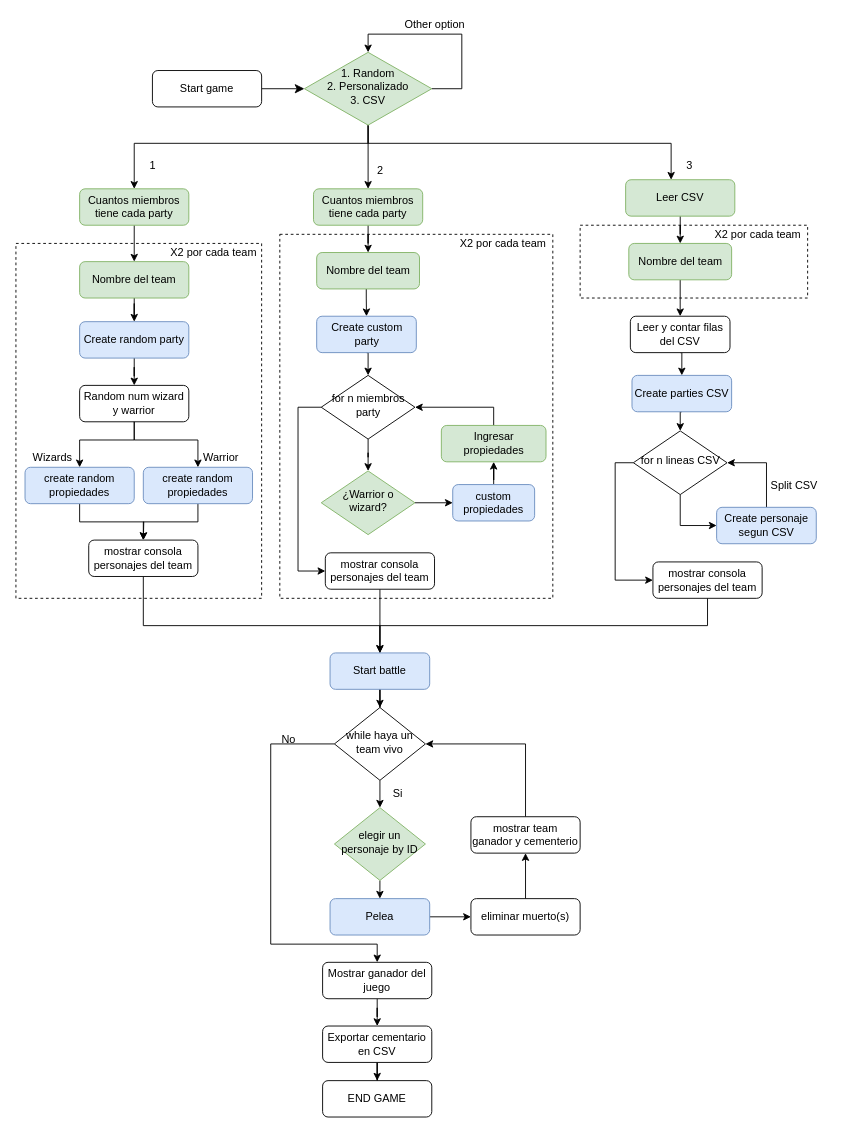
Before: src/com/ironhack/homework_1/Diagram-flow.drawio in JavaPotters/JavaPotters-Homework1, a draw.io diagram. Source tidied: cells renumbered, new cells numbered last; positions are measured from the earlier drawing's top-left corner, leaving out a move shared by most shapes. Both pictures are drawn from the tidied source at 91%, with x=0, y=0 at pixel (15, 15).
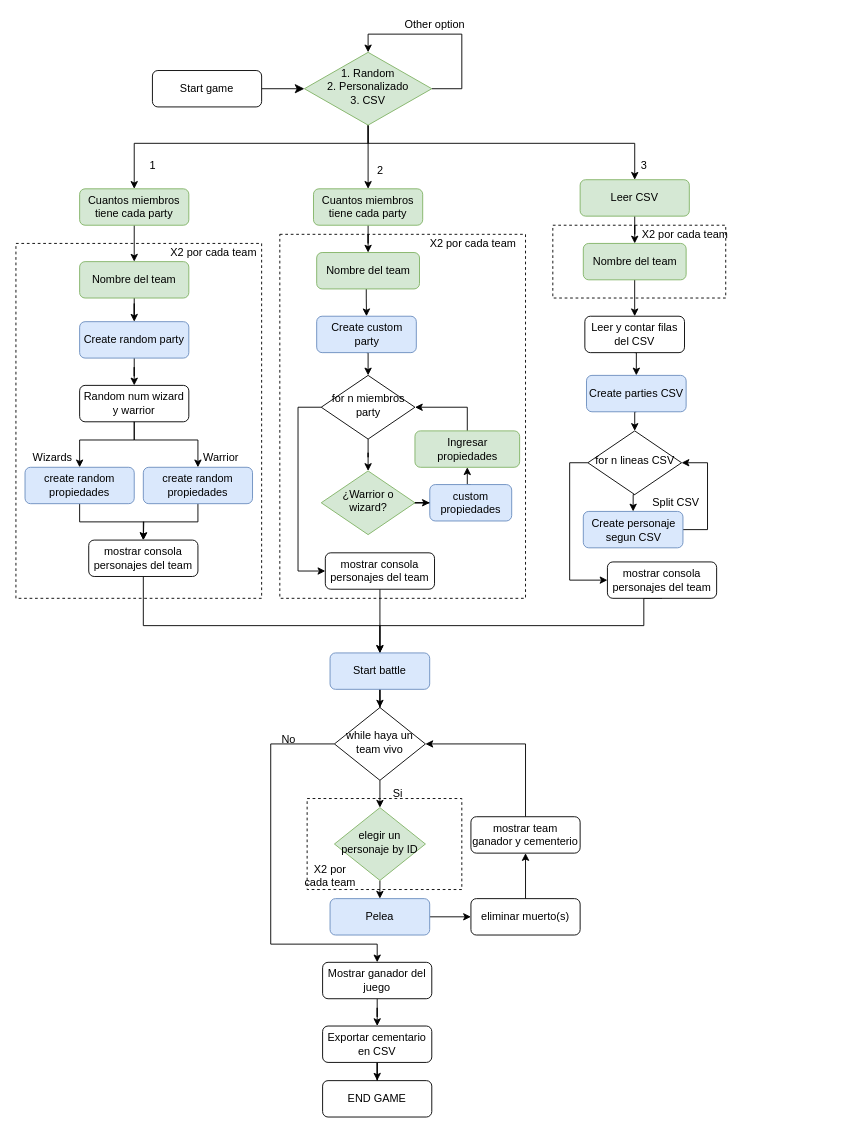
The same page after the edit.

Unchanged cells that the change refers to:
```xml
<mxCell id="12" value="1. Random&lt;br&gt;2. Personalizado&lt;br&gt;3. CSV" style="rhombus;whiteSpace=wrap;html=1;shadow=0;fontFamily=Helvetica;fontSize=12;align=center;strokeWidth=1;spacing=6;spacingTop=-4;fillColor=#d5e8d4;strokeColor=#82b366;" parent="1" vertex="1">
  <mxGeometry x="317" y="40" width="140" height="80" as="geometry" />
</mxCell>
```

The edit, as a diff of the source:
```diff
@@
+    <mxCell id="90" style="rounded=0;whiteSpace=wrap;html=1;dashed=1;" parent="1" vertex="1">
+      <mxGeometry x="320" y="860" width="170" height="100" as="geometry" />
+    </mxCell>
     <mxCell id="2" style="rounded=0;whiteSpace=wrap;html=1;dashed=1;" parent="1" vertex="1">
-      <mxGeometry x="620" y="230" width="250" height="80" as="geometry" />
+      <mxGeometry x="590" y="230" width="190" height="80" as="geometry" />
     </mxCell>
     <mxCell id="3" style="rounded=0;whiteSpace=wrap;html=1;dashed=1;" parent="1" vertex="1">
-      <mxGeometry x="290" y="240" width="300" height="400" as="geometry" />
+      <mxGeometry x="290" y="240" width="270" height="400" as="geometry" />
     </mxCell>
@@
     <mxCell id="9" style="edgeStyle=orthogonalEdgeStyle;rounded=0;jettySize=auto;html=1;" parent="1" edge="1" source="12" target="28">
       <mxGeometry relative="1" as="geometry">
         <Array as="points">
           <mxPoint x="387" y="140" />
-          <mxPoint x="720" y="140" />
+          <mxPoint x="680" y="140" />
         </Array>
       </mxGeometry>
     </mxCell>
@@
     <mxCell id="28" value="Leer CSV" style="rounded=1;whiteSpace=wrap;html=1;fontSize=12;glass=0;strokeWidth=1;shadow=0;fillColor=#d5e8d4;strokeColor=#82b366;" parent="1" vertex="1">
-      <mxGeometry x="670" y="180" width="120" height="40" as="geometry" />
+      <mxGeometry x="620" y="180" width="120" height="40" as="geometry" />
     </mxCell>
     <mxCell id="29" value="3" style="text;html=1;align=center;verticalAlign=middle;strokeColor=none;fillColor=none;" parent="1" vertex="1">
-      <mxGeometry x="730" y="155" width="20" height="20" as="geometry" />
+      <mxGeometry x="680" y="155" width="20" height="20" as="geometry" />
     </mxCell>
@@
-    <mxCell id="52" style="edgeStyle=orthogonalEdgeStyle;rounded=0;jettySize=auto;html=1;" parent="1" edge="1" source="53" target="55">
+    <mxCell id="52" style="edgeStyle=orthogonalEdgeStyle;rounded=0;jettySize=auto;html=1;exitX=0.5;exitY=0;exitDx=0;exitDy=0;startArrow=none;startFill=0;endArrow=classic;endFill=1;entryX=0.5;entryY=1;entryDx=0;entryDy=0;" parent="1" edge="1" source="53" target="55">
       <mxGeometry relative="1" as="geometry" />
     </mxCell>
     <mxCell id="53" value="custom propiedades" style="rounded=1;whiteSpace=wrap;html=1;fontSize=12;glass=0;strokeWidth=1;shadow=0;fillColor=#dae8fc;strokeColor=#6c8ebf;" parent="1" vertex="1">
-      <mxGeometry x="480" y="515" width="90" height="40" as="geometry" />
+      <mxGeometry x="454.8" y="515" width="90" height="40" as="geometry" />
     </mxCell>
@@
     <mxCell id="55" value="Ingresar propiedades" style="rounded=1;whiteSpace=wrap;html=1;fontSize=12;glass=0;strokeWidth=1;shadow=0;fillColor=#d5e8d4;strokeColor=#82b366;" parent="1" vertex="1">
-      <mxGeometry x="467.5" y="450" width="115" height="40" as="geometry" />
+      <mxGeometry x="438.5" y="456" width="115" height="40" as="geometry" />
     </mxCell>
@@
     <mxCell id="60" value="X2 por cada team" style="text;html=1;align=center;verticalAlign=middle;strokeColor=none;fillColor=none;" parent="1" vertex="1">
-      <mxGeometry x="480" y="240" width="110" height="20" as="geometry" />
+      <mxGeometry x="447" y="240" width="110" height="20" as="geometry" />
     </mxCell>
@@
     <mxCell id="63" value="Nombre del team" style="rounded=1;whiteSpace=wrap;html=1;fontSize=12;glass=0;strokeWidth=1;shadow=0;fillColor=#d5e8d4;strokeColor=#82b366;" parent="1" vertex="1">
-      <mxGeometry x="673.5" y="250" width="113" height="40" as="geometry" />
+      <mxGeometry x="623.5" y="250" width="113" height="40" as="geometry" />
     </mxCell>
     <mxCell id="64" value="X2 por cada team" style="text;html=1;align=center;verticalAlign=middle;strokeColor=none;fillColor=none;" parent="1" vertex="1">
-      <mxGeometry x="760" y="230" width="110" height="20" as="geometry" />
+      <mxGeometry x="680" y="230" width="110" height="20" as="geometry" />
     </mxCell>
@@
     <mxCell id="66" value="Create parties CSV" style="rounded=1;whiteSpace=wrap;html=1;fontSize=12;glass=0;strokeWidth=1;shadow=0;fillColor=#dae8fc;strokeColor=#6c8ebf;" parent="1" vertex="1">
-      <mxGeometry x="677" y="395" width="109.5" height="40" as="geometry" />
+      <mxGeometry x="627" y="395" width="109.5" height="40" as="geometry" />
     </mxCell>
@@
     <mxCell id="68" value="Leer y contar filas del CSV" style="rounded=1;whiteSpace=wrap;html=1;fontSize=12;glass=0;strokeWidth=1;shadow=0;" parent="1" vertex="1">
-      <mxGeometry x="675.2" y="330" width="109.5" height="40" as="geometry" />
+      <mxGeometry x="625.2" y="330" width="109.5" height="40" as="geometry" />
     </mxCell>
-    <mxCell id="69" style="edgeStyle=orthogonalEdgeStyle;rounded=0;jettySize=auto;html=1;entryX=1;entryY=0.5;entryDx=0;entryDy=0;startArrow=none;startFill=0;endArrow=classic;endFill=1;" parent="1" edge="1" source="70" target="73">
-      <mxGeometry relative="1" as="geometry" />
+    <mxCell id="69" style="edgeStyle=orthogonalEdgeStyle;rounded=0;jettySize=auto;html=1;entryX=1;entryY=0.5;entryDx=0;entryDy=0;startArrow=none;startFill=0;endArrow=classic;endFill=1;exitX=1;exitY=0.5;exitDx=0;exitDy=0;" parent="1" edge="1" source="70" target="73">
+      <mxGeometry relative="1" as="geometry">
+        <Array as="points">
+          <mxPoint x="760" y="565" />
+          <mxPoint x="760" y="491" />
+        </Array>
+      </mxGeometry>
     </mxCell>
     <mxCell id="70" value="Create personaje segun CSV" style="rounded=1;whiteSpace=wrap;html=1;fontSize=12;glass=0;strokeWidth=1;shadow=0;fillColor=#dae8fc;strokeColor=#6c8ebf;" parent="1" vertex="1">
-      <mxGeometry x="770" y="540" width="109.5" height="40" as="geometry" />
+      <mxGeometry x="623.5" y="544.5" width="109.5" height="40" as="geometry" />
     </mxCell>
+    <mxCell id="72" style="edgeStyle=orthogonalEdgeStyle;rounded=0;jettySize=auto;html=1;exitX=0;exitY=0.5;exitDx=0;exitDy=0;entryX=0;entryY=0.5;entryDx=0;entryDy=0;startArrow=none;startFill=0;endArrow=classic;endFill=1;" parent="1" edge="1" source="73" target="76">
+      <mxGeometry relative="1" as="geometry" />
+    </mxCell>
-    <mxCell id="71" style="edgeStyle=orthogonalEdgeStyle;rounded=0;jettySize=auto;html=1;exitX=0.5;exitY=1;exitDx=0;exitDy=0;entryX=0;entryY=0.5;entryDx=0;entryDy=0;startArrow=none;startFill=0;endArrow=classic;endFill=1;" parent="1" edge="1" source="73" target="70">
+    <mxCell id="71" style="edgeStyle=orthogonalEdgeStyle;rounded=0;jettySize=auto;html=1;exitX=0.5;exitY=1;exitDx=0;exitDy=0;entryX=0.5;entryY=0;entryDx=0;entryDy=0;startArrow=none;startFill=0;endArrow=classic;endFill=1;" parent="1" edge="1" source="73" target="70">
       <mxGeometry relative="1" as="geometry" />
     </mxCell>
-    <mxCell id="72" style="edgeStyle=orthogonalEdgeStyle;rounded=0;jettySize=auto;html=1;exitX=0;exitY=0.5;exitDx=0;exitDy=0;entryX=0;entryY=0.5;entryDx=0;entryDy=0;startArrow=none;startFill=0;endArrow=classic;endFill=1;" parent="1" edge="1" source="73" target="76">
-      <mxGeometry relative="1" as="geometry" />
-    </mxCell>
     <mxCell id="73" value="for n lineas CSV" style="rhombus;whiteSpace=wrap;html=1;shadow=0;fontFamily=Helvetica;fontSize=12;align=center;strokeWidth=1;spacing=6;spacingTop=-4;" parent="1" vertex="1">
-      <mxGeometry x="678.5" y="456" width="103" height="70" as="geometry" />
+      <mxGeometry x="628.5" y="456" width="103" height="70" as="geometry" />
     </mxCell>
     <mxCell id="74" value="Split CSV" style="text;html=1;align=center;verticalAlign=middle;strokeColor=none;fillColor=none;" parent="1" vertex="1">
-      <mxGeometry x="820" y="506" width="70" height="20" as="geometry" />
+      <mxGeometry x="690" y="525" width="70" height="20" as="geometry" />
     </mxCell>
     <mxCell id="75" style="edgeStyle=orthogonalEdgeStyle;rounded=0;jettySize=auto;html=1;exitX=0.5;exitY=1;exitDx=0;exitDy=0;startArrow=none;startFill=0;endArrow=classic;endFill=1;" parent="1" edge="1" source="76">
       <mxGeometry relative="1" as="geometry">
         <mxPoint x="400" y="730" as="targetPoint" />
         <Array as="points">
-          <mxPoint x="760" y="670" />
+          <mxPoint x="690" y="640" />
+          <mxPoint x="690" y="670" />
           <mxPoint x="400" y="670" />
         </Array>
       </mxGeometry>
     </mxCell>
     <mxCell id="76" value="mostrar consola personajes del team" style="rounded=1;whiteSpace=wrap;html=1;fontSize=12;glass=0;strokeWidth=1;shadow=0;" parent="1" vertex="1">
-      <mxGeometry x="700" y="600" width="120" height="40" as="geometry" />
+      <mxGeometry x="650" y="600" width="120" height="40" as="geometry" />
     </mxCell>
@@
+    <mxCell id="91" value="X2 por &lt;br&gt;cada team" style="text;html=1;align=center;verticalAlign=middle;strokeColor=none;fillColor=none;" parent="1" vertex="1">
+      <mxGeometry x="310" y="930" width="70" height="30" as="geometry" />
+    </mxCell>
```
